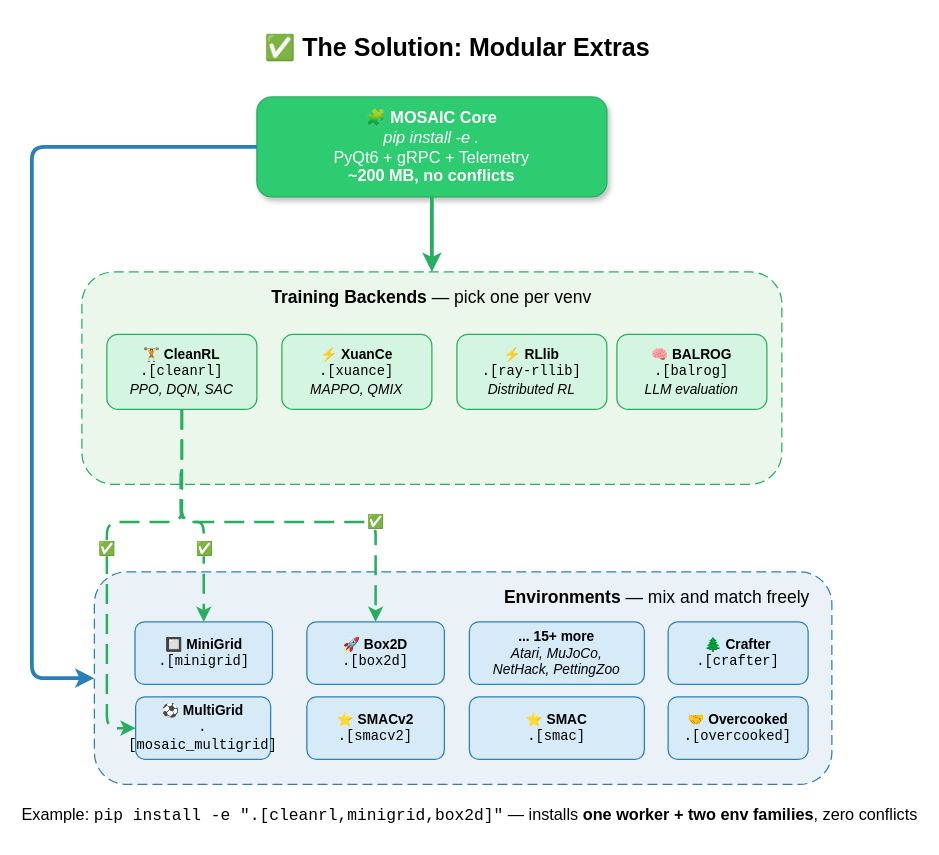
Above: docs/source/images/installation/modular_solution.drawio in Abdulhamid97Mousa/mosaic (draw.io), before the change. Source tidied: cells renumbered, new cells numbered last; positions are measured from the earlier drawing's top-left corner, leaving out a move shared by most shapes. Both pictures are drawn from the tidied source at 125%, with x=0, y=0 at pixel (31, 21).
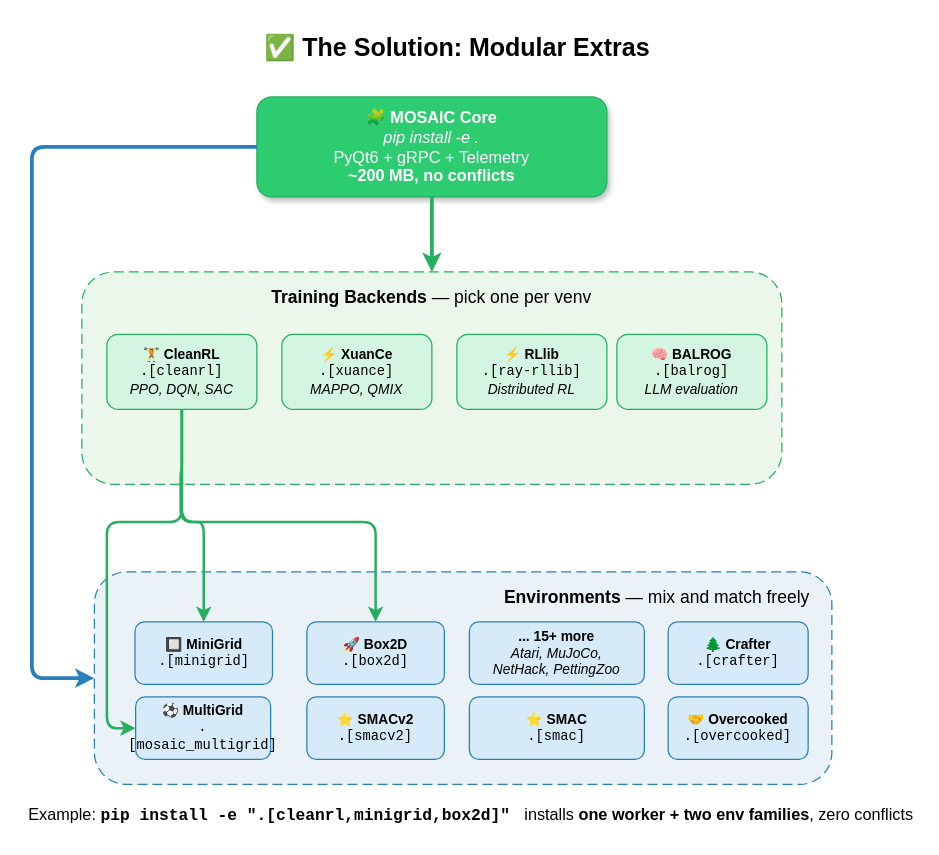
Above is the later version.

Unchanged cells that the change refers to:
```xml
<mxCell id="5" value="&lt;b&gt;🏋️ CleanRL&lt;/b&gt;&lt;br&gt;&lt;code&gt;.[cleanrl]&lt;/code&gt;&lt;br&gt;&lt;i&gt;PPO, DQN, SAC&lt;/i&gt;" style="rounded=1;whiteSpace=wrap;html=1;fillColor=#d5f5e3;strokeColor=#27ae60;fontSize=11;" parent="1" vertex="1">
  <mxGeometry x="60" y="250" width="120" height="60" as="geometry" />
</mxCell>
<mxCell id="10" value="&lt;b&gt;🔲 MiniGrid&lt;/b&gt;&lt;br&gt;&lt;code&gt;.[minigrid]&lt;/code&gt;" style="rounded=1;whiteSpace=wrap;html=1;fillColor=#d6eaf8;strokeColor=#2980b9;fontSize=11;" parent="1" vertex="1">
  <mxGeometry x="82.5" y="480" width="110" height="50" as="geometry" />
</mxCell>
<mxCell id="11" value="&lt;b&gt;⚽ MultiGrid&lt;/b&gt;&lt;br&gt;&lt;code&gt;.[mosaic_multigrid]&lt;/code&gt;" style="rounded=1;whiteSpace=wrap;html=1;fillColor=#d6eaf8;strokeColor=#2980b9;fontSize=11;" parent="1" vertex="1">
  <mxGeometry x="83" y="540" width="108" height="50" as="geometry" />
</mxCell>
<mxCell id="12" value="&lt;b&gt;🚀 Box2D&lt;/b&gt;&lt;br&gt;&lt;code&gt;.[box2d]&lt;/code&gt;" style="rounded=1;whiteSpace=wrap;html=1;fillColor=#d6eaf8;strokeColor=#2980b9;fontSize=11;" parent="1" vertex="1">
  <mxGeometry x="220" y="480" width="110" height="50" as="geometry" />
</mxCell>
```

Diff of the diagram source:
```diff
@@
-    <mxCell id="18" value="&lt;font color=&quot;#27ae60&quot;&gt;&lt;b&gt;✅&lt;/b&gt;&lt;/font&gt;" style="edgeStyle=orthogonalEdgeStyle;rounded=1;jettySize=auto;html=1;strokeColor=#27ae60;strokeWidth=2;dashed=1;dashPattern=8 4;exitX=0.5;exitY=1;exitDx=0;exitDy=0;entryX=0.5;entryY=0;entryDx=0;entryDy=0;" parent="1" edge="1" source="5" target="10">
+    <mxCell id="18" style="edgeStyle=orthogonalEdgeStyle;rounded=1;jettySize=auto;html=1;strokeColor=#27ae60;strokeWidth=2;dashPattern=8 4;exitX=0.5;exitY=1;exitDx=0;exitDy=0;entryX=0.5;entryY=0;entryDx=0;entryDy=0;" parent="1" edge="1" source="5" target="10">
       <mxGeometry x="0.37" relative="1" as="geometry">
         <Array as="points">
           <mxPoint x="120" y="360" />
           <mxPoint x="119" y="360" />
           <mxPoint x="119" y="400" />
           <mxPoint x="138" y="400" />
         </Array>
       </mxGeometry>
     </mxCell>
-    <mxCell id="19" value="&lt;font style=&quot;font-size: 13px;&quot;&gt;Example: &lt;code&gt;pip install -e &quot;.[cleanrl,minigrid,box2d]&quot;&lt;/code&gt; — installs &lt;b&gt;one worker + two env families&lt;/b&gt;, zero conflicts&lt;/font&gt;" style="text;html=1;align=center;verticalAlign=middle;strokeColor=none;fillColor=none;" parent="1" vertex="1">
-      <mxGeometry x="30" y="620" width="640" height="30" as="geometry" />
+    <mxCell id="19" value="&lt;font style=&quot;font-size: 13px;&quot;&gt;Example: &lt;code&gt;&lt;b&gt;pip install -e &quot;.[cleanrl,minigrid,box2d]&quot;&lt;/b&gt;&amp;nbsp;&lt;/code&gt;&amp;nbsp;installs &lt;b&gt;one worker + two env families&lt;/b&gt;, zero conflicts&lt;/font&gt;" style="text;html=1;align=center;verticalAlign=middle;strokeColor=none;fillColor=none;" parent="1" vertex="1">
+      <mxGeometry x="29" y="621" width="643" height="28" as="geometry" />
     </mxCell>
-    <mxCell id="20" value="&lt;font color=&quot;#27ae60&quot;&gt;&lt;b&gt;✅&lt;/b&gt;&lt;/font&gt;" style="edgeStyle=orthogonalEdgeStyle;rounded=1;jettySize=auto;html=1;strokeColor=#27ae60;strokeWidth=2;dashed=1;dashPattern=8 4;exitX=0.5;exitY=1;exitDx=0;exitDy=0;" parent="1" edge="1" source="5" target="11">
+    <mxCell id="20" style="edgeStyle=orthogonalEdgeStyle;rounded=1;jettySize=auto;html=1;strokeColor=#27ae60;strokeWidth=2;dashPattern=8 4;exitX=0.5;exitY=1;exitDx=0;exitDy=0;" parent="1" edge="1" source="5" target="11">
       <mxGeometry x="0.01" relative="1" as="geometry">
         <Array as="points">
           <mxPoint x="120" y="400" />
           <mxPoint x="60" y="400" />
           <mxPoint x="60" y="565" />
         </Array>
       </mxGeometry>
     </mxCell>
-    <mxCell id="21" value="&lt;font color=&quot;#27ae60&quot;&gt;&lt;b&gt;✅&lt;/b&gt;&lt;/font&gt;" style="edgeStyle=orthogonalEdgeStyle;rounded=1;jettySize=auto;html=1;strokeColor=#27ae60;strokeWidth=2;dashed=1;dashPattern=8 4;" parent="1" edge="1" target="12">
+    <mxCell id="21" style="edgeStyle=orthogonalEdgeStyle;rounded=1;jettySize=auto;html=1;strokeColor=#27ae60;strokeWidth=2;dashPattern=8 4;" parent="1" edge="1" target="12">
       <mxGeometry x="0.51" relative="1" as="geometry">
         <mxPoint x="120" y="310" as="sourcePoint" />
         <Array as="points">
           <mxPoint x="120" y="400" />
           <mxPoint x="275" y="400" />
         </Array>
       </mxGeometry>
     </mxCell>
```
